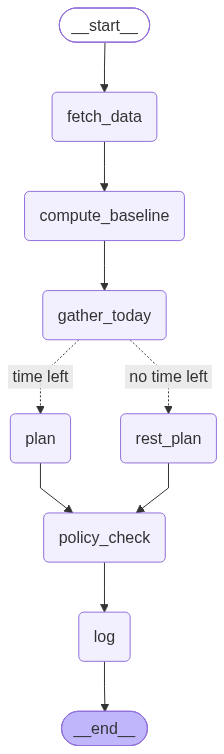
This is docs/planner.png from sakethss98/oura-coach, a Mermaid export, as it was before one commit. Its source is kept beside it as docs/planner.mmd.
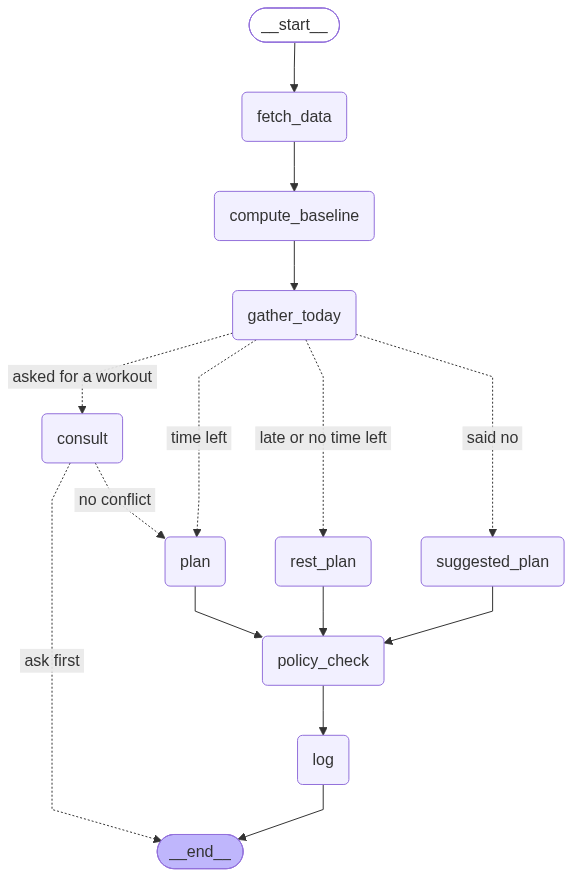
Later version of the same file.

Diff of the diagram source:
```diff
@@ -8,19 +8,26 @@
 	fetch_data(fetch_data)
 	compute_baseline(compute_baseline)
 	gather_today(gather_today)
+	consult(consult)
 	plan(plan)
 	rest_plan(rest_plan)
+	suggested_plan(suggested_plan)
 	policy_check(policy_check)
 	log(log)
 	__end__([<p>__end__</p>]):::last
 	__start__ --> fetch_data;
 	compute_baseline --> gather_today;
+	consult -. &nbsp;ask first&nbsp; .-> __end__;
+	consult -. &nbsp;no conflict&nbsp; .-> plan;
 	fetch_data --> compute_baseline;
+	gather_today -. &nbsp;asked for a workout&nbsp; .-> consult;
 	gather_today -. &nbsp;time left&nbsp; .-> plan;
-	gather_today -. &nbsp;no time left&nbsp; .-> rest_plan;
+	gather_today -. &nbsp;late or no time left&nbsp; .-> rest_plan;
+	gather_today -. &nbsp;said no&nbsp; .-> suggested_plan;
 	plan --> policy_check;
 	policy_check --> log;
 	rest_plan --> policy_check;
+	suggested_plan --> policy_check;
 	log --> __end__;
 	classDef default fill:#f2f0ff,line-height:1.2
 	classDef first fill-opacity:0
```
